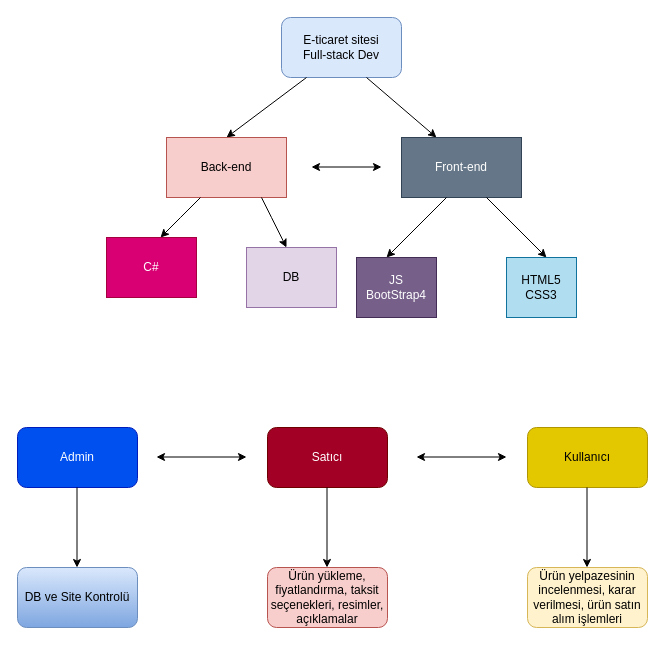
Earlier version of the draw.io diagram Başlıksız Diyagram.drawio (OdoOdeux/hepsiburadaproject). Source tidied: cells renumbered, new cells numbered last; positions are measured from the earlier drawing's top-left corner, leaving out a move shared by most shapes. Both pictures are drawn from the tidied source at 100%, with x=0, y=0 at pixel (17, 17).
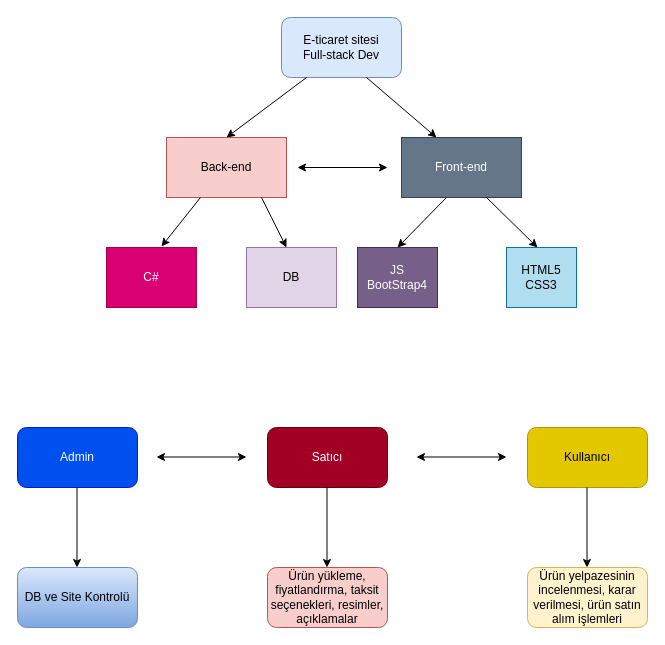
Above is the later version.

Diff of the diagram source:
```diff
@@
-    <mxCell id="10" style="endArrow=classic;html=1;rounded=0;" parent="1" edge="1">
+    <mxCell id="10" style="endArrow=classic;html=1;rounded=0;entryX=0.611;entryY=-0.017;entryDx=0;entryDy=0;entryPerimeter=0;" parent="1" edge="1" target="12">
       <mxGeometry relative="1" as="geometry">
         <mxPoint x="183" y="180" as="sourcePoint" />
-        <mxPoint x="143" y="220" as="targetPoint" />
-        <Array as="points">
-          <mxPoint x="163" y="200" />
-        </Array>
       </mxGeometry>
     </mxCell>
@@
     <mxCell id="12" value="C#" style="rounded=0;whiteSpace=wrap;html=1;fillColor=#d80073;fontColor=#ffffff;strokeColor=#A50040;" parent="1" vertex="1">
-      <mxGeometry x="89" y="220" width="90" height="60" as="geometry" />
+      <mxGeometry x="89" y="230" width="90" height="60" as="geometry" />
     </mxCell>
@@
     <mxCell id="14" style="endArrow=classic;html=1;rounded=0;" parent="1" edge="1">
       <mxGeometry relative="1" as="geometry">
         <mxPoint x="429" y="180" as="sourcePoint" />
-        <mxPoint x="369" y="240" as="targetPoint" />
+        <mxPoint x="380" y="230" as="targetPoint" />
       </mxGeometry>
     </mxCell>
     <mxCell id="15" style="endArrow=classic;html=1;rounded=0;" parent="1" edge="1">
       <mxGeometry relative="1" as="geometry">
         <mxPoint x="469" y="180" as="sourcePoint" />
-        <mxPoint x="529" y="240" as="targetPoint" />
+        <mxPoint x="520" y="230" as="targetPoint" />
       </mxGeometry>
     </mxCell>
     <mxCell id="16" value="JS&lt;br&gt;BootStrap4" style="rounded=0;whiteSpace=wrap;html=1;fillColor=#76608a;fontColor=#ffffff;strokeColor=#432D57;" parent="1" vertex="1">
-      <mxGeometry x="339" y="240" width="80" height="60" as="geometry" />
+      <mxGeometry x="340" y="230" width="80" height="60" as="geometry" />
     </mxCell>
     <mxCell id="17" value="HTML5&lt;br&gt;CSS3" style="rounded=0;whiteSpace=wrap;html=1;fillColor=#b1ddf0;strokeColor=#10739e;" parent="1" vertex="1">
-      <mxGeometry x="489" y="240" width="70" height="60" as="geometry" />
+      <mxGeometry x="489" y="230" width="70" height="60" as="geometry" />
     </mxCell>
     <mxCell id="18" style="endArrow=classic;startArrow=classic;html=1;rounded=0;" parent="1" edge="1">
       <mxGeometry relative="1" as="geometry">
-        <mxPoint x="294" y="149.5" as="sourcePoint" />
-        <mxPoint x="364" y="149.5" as="targetPoint" />
+        <mxPoint x="280" y="150" as="sourcePoint" />
+        <mxPoint x="370" y="150" as="targetPoint" />
       </mxGeometry>
     </mxCell>
```
